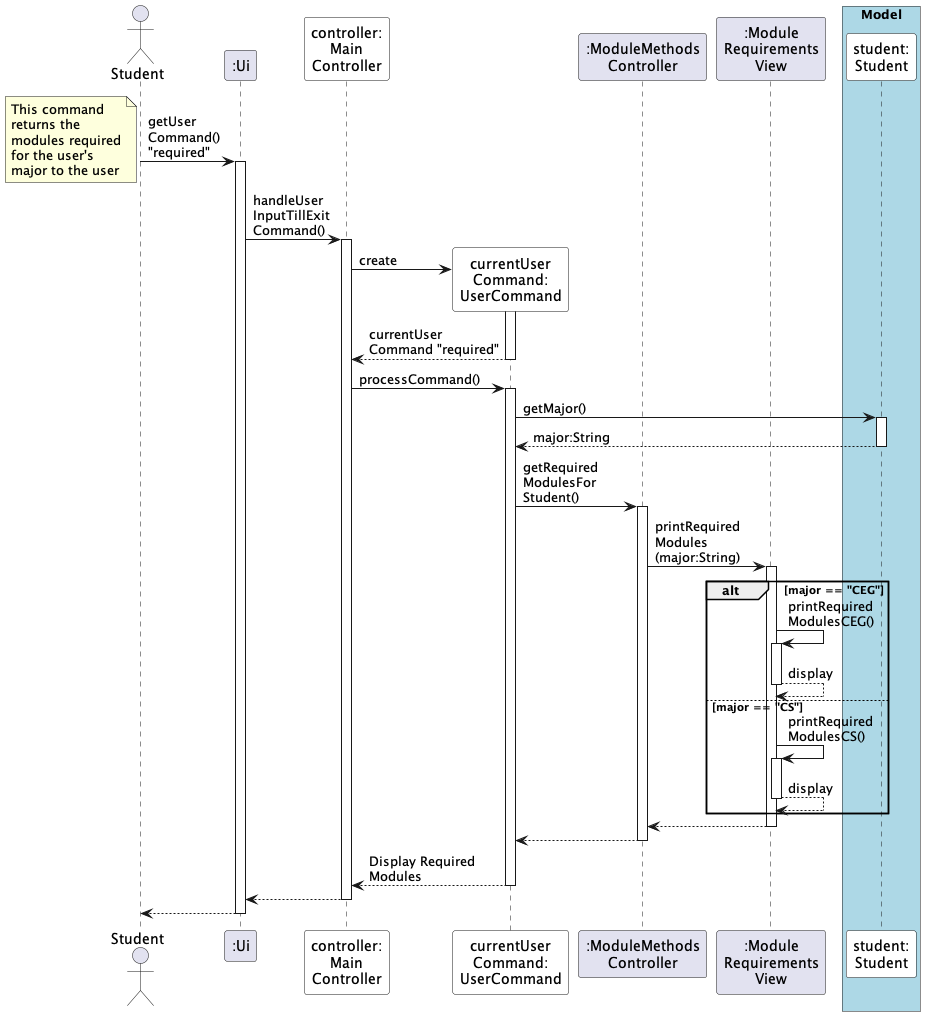
Above: docs/diagrams/RequiredFeature_Seq.png in ryanlohyr/NUSDegs (PlantUML), before the change. Source of this version:
```plantuml
@startuml

autoactivate on

actor Student

participant ":Ui" as UI

Student -> UI: getUser\nCommand() \n"required"
note bottom
This command
returns the
modules required
for the user's
major to the user
end note

participant "controller:\nMain\nController" as MC #white

UI -> MC: handleUser\nInputTillExit\nCommand()

participant "currentUser\nCommand:\nUserCommand" as UC #white



MC -> UC **: create
activate UC
UC --> MC: currentUser\nCommand "required"

MC -> UC: processCommand()

participant ":ModuleMethods\nController" as MMC
participant ":Module\nRequirements\nView" as MRV

box "Model" #LightBlue
participant "student:\nStudent" as S #white
end box


UC -> S: getMajor()
S --> UC: major:String

UC -> MMC: getRequired\nModulesFor\nStudent()
MMC -> MRV: printRequired\nModules\n(major:String)
alt major == "CEG"
    MRV -> MRV: printRequired\nModulesCEG()
    MRV --> MRV: display
else major == "CS"
    MRV -> MRV: printRequired\nModulesCS()
    MRV --> MRV: display
end
MRV --> MMC
MMC --> UC


UC --> MC: Display Required \nModules
MC --> UI
UI --> Student

@enduml
```
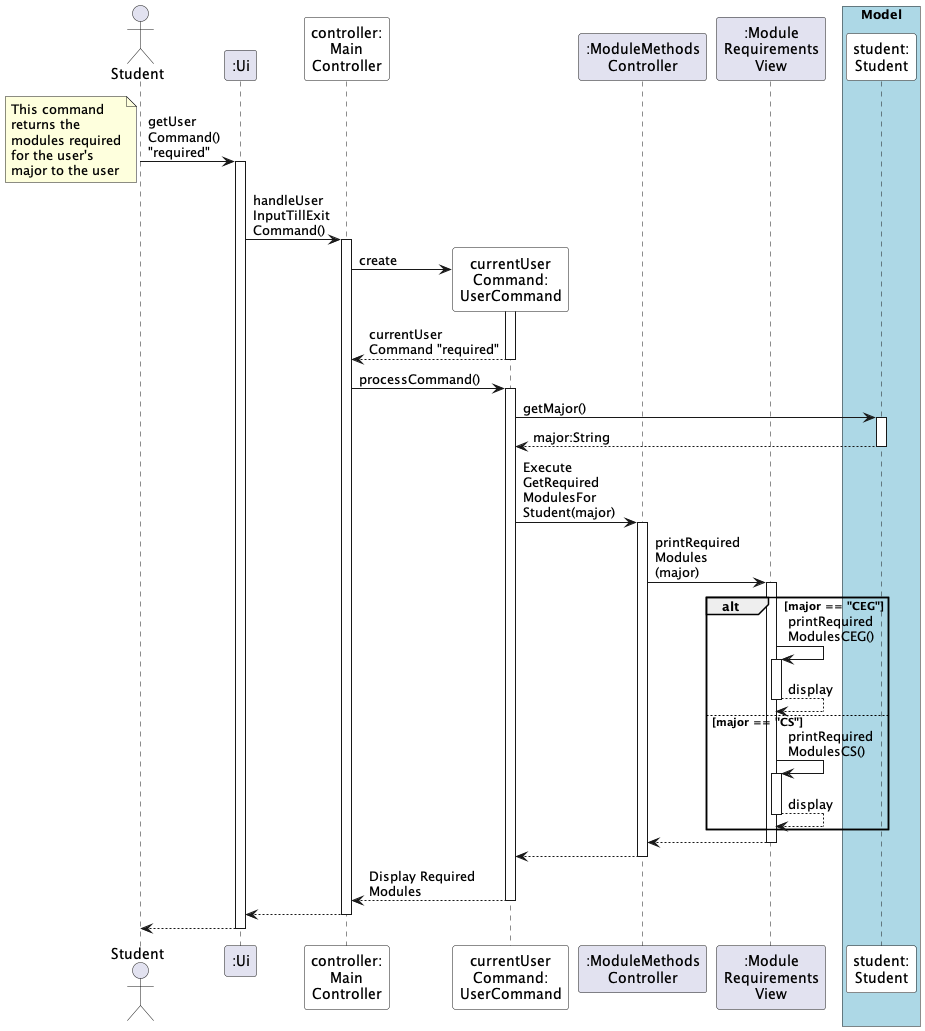
The same file after the commit.

Change to the diagram source:
```diff
@@ -40,8 +40,8 @@
 UC -> S: getMajor()
 S --> UC: major:String
 
-UC -> MMC: getRequired\nModulesFor\nStudent()
-MMC -> MRV: printRequired\nModules\n(major:String)
+UC -> MMC: Execute\nGetRequired\nModulesFor\nStudent(major)
+MMC -> MRV: printRequired\nModules\n(major)
 alt major == "CEG"
     MRV -> MRV: printRequired\nModulesCEG()
     MRV --> MRV: display
```
